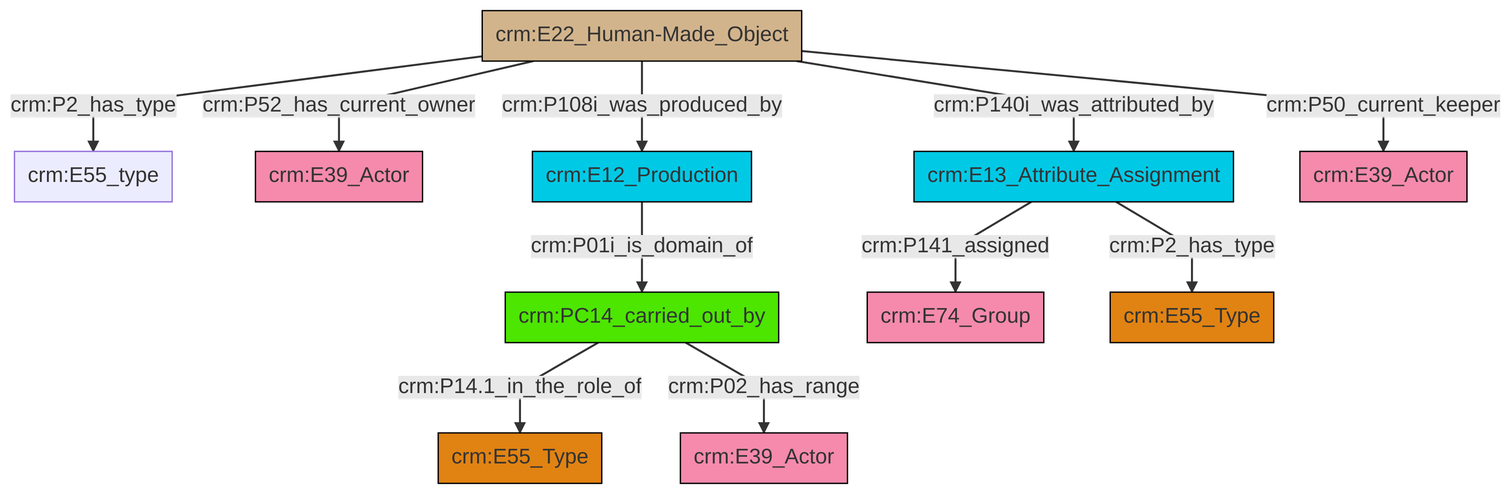
swiss-art-research-net/docs.swissartresearch keeps this Mermaid diagram as et/artworkCSV/ttl/mmd/png/Artwork_Actor_Relations.png. Above is the earlier version. Its source is kept beside it as et/artworkCSV/ttl/mmd/Artwork_Actor_Relations.ttl.mmd.
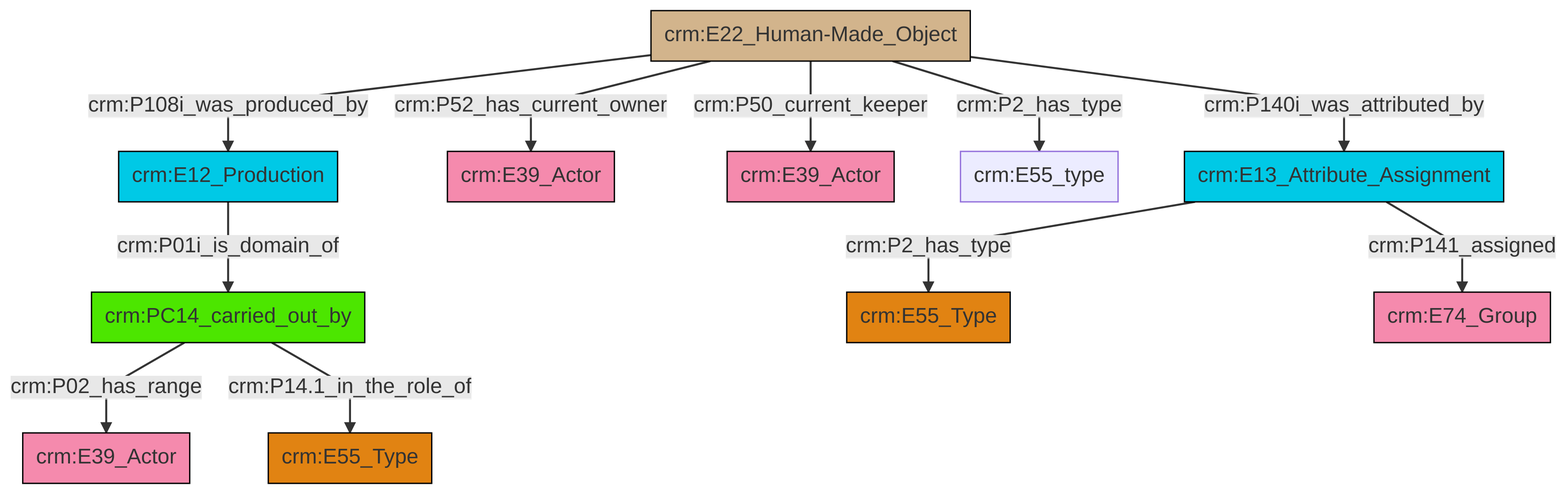
The same diagram one commit later.

The edit, as a diff of the source:
```diff
@@ -13,13 +13,13 @@
 classDef PC_Classes fill:#4ce600, stroke:#000000;
 classDef Multi fill:#cccccc,stroke:#000000;
 
-2["crm:E13_Attribute_Assignment"]:::Temporal_Entity -->|crm:P141_assigned| 0["crm:E74_Group"]:::Actor
-3["crm:PC14_carried_out_by"]:::PC_Classes -->|crm:P14.1_in_the_role_of| 4["crm:E55_Type"]:::Type
-3["crm:PC14_carried_out_by"]:::PC_Classes -->|crm:P02_has_range| 5["crm:E39_Actor"]:::Actor
-8["crm:E22_Human-Made_Object"]:::Physical_Thing -->|crm:P2_has_type| 9["crm:E55_type"]:::Default
-8["crm:E22_Human-Made_Object"]:::Physical_Thing -->|crm:P52_has_current_owner| 6["crm:E39_Actor"]:::Actor
-8["crm:E22_Human-Made_Object"]:::Physical_Thing -->|crm:P108i_was_produced_by| 15["crm:E12_Production"]:::Temporal_Entity
-15["crm:E12_Production"]:::Temporal_Entity -->|crm:P01i_is_domain_of| 3["crm:PC14_carried_out_by"]:::PC_Classes
-8["crm:E22_Human-Made_Object"]:::Physical_Thing -->|crm:P140i_was_attributed_by| 2["crm:E13_Attribute_Assignment"]:::Temporal_Entity
-2["crm:E13_Attribute_Assignment"]:::Temporal_Entity -->|crm:P2_has_type| 12["crm:E55_Type"]:::Type
-8["crm:E22_Human-Made_Object"]:::Physical_Thing -->|crm:P50_current_keeper| 10["crm:E39_Actor"]:::Actor
+0["crm:E22_Human-Made_Object"]:::Physical_Thing -->|crm:P108i_was_produced_by| 1["crm:E12_Production"]:::Temporal_Entity
+1["crm:E12_Production"]:::Temporal_Entity -->|crm:P01i_is_domain_of| 6["crm:PC14_carried_out_by"]:::PC_Classes
+0["crm:E22_Human-Made_Object"]:::Physical_Thing -->|crm:P50_current_keeper| 7["crm:E39_Actor"]:::Actor
+6["crm:PC14_carried_out_by"]:::PC_Classes -->|crm:P02_has_range| 2["crm:E39_Actor"]:::Actor
+0["crm:E22_Human-Made_Object"]:::Physical_Thing -->|crm:P2_has_type| 10["crm:E55_type"]:::Default
+14["crm:E13_Attribute_Assignment"]:::Temporal_Entity -->|crm:P2_has_type| 8["crm:E55_Type"]:::Type
+14["crm:E13_Attribute_Assignment"]:::Temporal_Entity -->|crm:P141_assigned| 11["crm:E74_Group"]:::Actor
+6["crm:PC14_carried_out_by"]:::PC_Classes -->|crm:P14.1_in_the_role_of| 16["crm:E55_Type"]:::Type
+0["crm:E22_Human-Made_Object"]:::Physical_Thing -->|crm:P140i_was_attributed_by| 14["crm:E13_Attribute_Assignment"]:::Temporal_Entity
+0["crm:E22_Human-Made_Object"]:::Physical_Thing -->|crm:P52_has_current_owner| 4["crm:E39_Actor"]:::Actor
```
